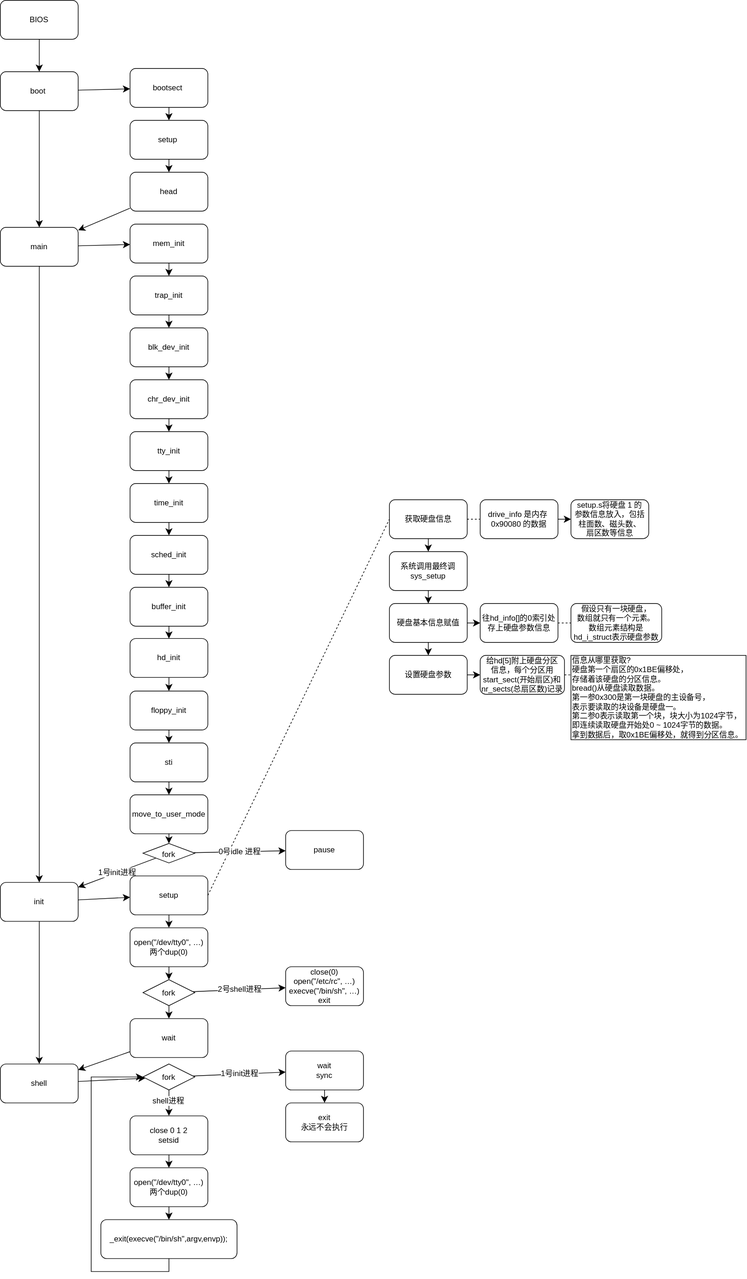
Earlier version of the draw.io export demo.drawio.svg (chenxi829/draw_many_pic). Source tidied: cells renumbered, new cells last; positions are measured from the earlier drawing's top-left corner, leaving out a move shared by most shapes.
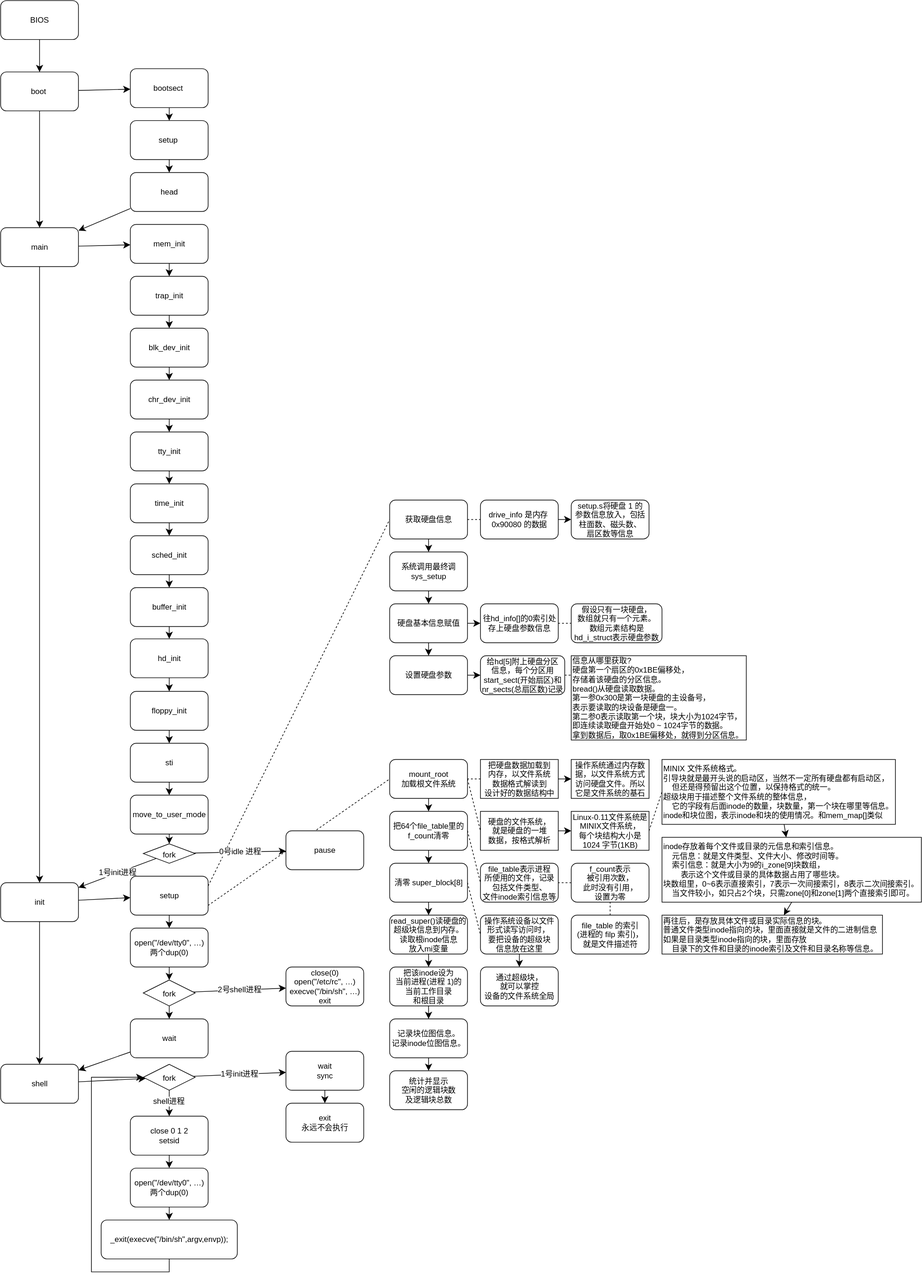
Above is the later version.

Commit message:
完成 mount_root

Change to the diagram source:
```diff
@@ -2,13 +2,19 @@
   <root>
     <mxCell id="0" />
     <mxCell id="1" parent="0" />
+    <mxCell id="94" style="edgeStyle=none;curved=1;rounded=0;jettySize=auto;html=1;fontSize=12;startSize=8;endSize=8;" parent="1" edge="1" source="95" target="123">
+      <mxGeometry relative="1" as="geometry" />
+    </mxCell>
+    <mxCell id="95" value="操作系统设备以文件&lt;div&gt;形式读写访问时，&amp;nbsp;&lt;/div&gt;&lt;div&gt;要把设备的超级块&lt;/div&gt;&lt;div&gt;信息放在这里&lt;/div&gt;" style="whiteSpace=wrap;html=1;rounded=1;" parent="1" vertex="1">
+      <mxGeometry x="740" y="1410" width="120" height="60" as="geometry" />
+    </mxCell>
     <mxCell id="2" style="edgeStyle=none;curved=1;rounded=0;jettySize=auto;html=1;fontSize=12;startSize=8;endSize=8;" parent="1" edge="1" source="3" target="6">
       <mxGeometry relative="1" as="geometry" />
     </mxCell>
     <mxCell id="3" value="获取硬盘信息" style="rounded=1;whiteSpace=wrap;html=1;" parent="1" vertex="1">
       <mxGeometry x="600" y="770" width="120" height="60" as="geometry" />
     </mxCell>
-    <mxCell id="4" style="endArrow=none;dashed=1;html=1;rounded=0;fontSize=12;startSize=8;endSize=8;curved=1;exitX=1;exitY=0.5;exitDx=0;exitDy=0;entryX=0;entryY=0.5;entryDx=0;entryDy=0;" parent="1" edge="1" source="69" target="3">
+    <mxCell id="4" style="endArrow=none;dashed=1;html=1;rounded=0;fontSize=12;startSize=8;endSize=8;curved=1;exitX=1;exitY=0.25;exitDx=0;exitDy=0;entryX=0;entryY=0.5;entryDx=0;entryDy=0;" parent="1" edge="1" source="69" target="3">
       <mxGeometry relative="1" as="geometry" />
     </mxCell>
     <mxCell id="5" style="edgeStyle=none;curved=1;rounded=0;jettySize=auto;html=1;fontSize=12;startSize=8;endSize=8;" parent="1" edge="1" source="6" target="13">
@@ -62,6 +68,114 @@
     <mxCell id="21" style="endArrow=none;dashed=1;html=1;rounded=0;fontSize=12;startSize=8;endSize=8;curved=1;exitX=1;exitY=0.5;exitDx=0;exitDy=0;entryX=0;entryY=0.231;entryDx=0;entryDy=0;entryPerimeter=0;" parent="1" edge="1" source="19" target="20">
       <mxGeometry relative="1" as="geometry" />
     </mxCell>
+    <mxCell id="96" style="edgeStyle=none;curved=1;rounded=0;jettySize=auto;html=1;fontSize=12;startSize=8;endSize=8;" parent="1" edge="1" source="97" target="114">
+      <mxGeometry relative="1" as="geometry" />
+    </mxCell>
+    <mxCell id="97" value="mount_root&lt;div&gt;加载根文件系统&lt;/div&gt;" style="rounded=1;whiteSpace=wrap;html=1;" parent="1" vertex="1">
+      <mxGeometry x="600" y="1170" width="120" height="60" as="geometry" />
+    </mxCell>
+    <mxCell id="98" style="endArrow=none;dashed=1;html=1;rounded=0;fontSize=12;startSize=8;endSize=8;curved=1;exitX=1;exitY=0.75;exitDx=0;exitDy=0;entryX=0;entryY=0.5;entryDx=0;entryDy=0;" parent="1" edge="1" source="69" target="97">
+      <mxGeometry relative="1" as="geometry" />
+    </mxCell>
+    <mxCell id="99" style="edgeStyle=none;curved=1;rounded=0;jettySize=auto;html=1;fontSize=12;startSize=8;endSize=8;" parent="1" edge="1" source="100" target="101">
+      <mxGeometry relative="1" as="geometry" />
+    </mxCell>
+    <mxCell id="100" value="把硬盘数据加载到&lt;div&gt;内存，以文件系统&lt;/div&gt;&lt;div&gt;数据格式解读到&lt;/div&gt;&lt;div&gt;设计好的数据结构中&lt;/div&gt;" style="rounded=0;whiteSpace=wrap;html=1;" parent="1" vertex="1">
+      <mxGeometry x="740" y="1170" width="120" height="60" as="geometry" />
+    </mxCell>
+    <mxCell id="101" value="操作系统通过内存数&lt;div&gt;据，以文件系统方式&lt;/div&gt;&lt;div&gt;访问硬盘文件。所以&lt;/div&gt;&lt;div&gt;它是文件系统的基石&lt;/div&gt;" style="rounded=0;whiteSpace=wrap;html=1;" parent="1" vertex="1">
+      <mxGeometry x="880" y="1170" width="120" height="60" as="geometry" />
+    </mxCell>
+    <mxCell id="102" style="endArrow=none;dashed=1;html=1;rounded=0;fontSize=12;startSize=8;endSize=8;curved=1;entryX=1;entryY=0.5;entryDx=0;entryDy=0;exitX=0;exitY=0.5;exitDx=0;exitDy=0;" parent="1" edge="1" source="100" target="97">
+      <mxGeometry relative="1" as="geometry" />
+    </mxCell>
+    <mxCell id="103" style="edgeStyle=none;curved=1;rounded=0;jettySize=auto;html=1;fontSize=12;startSize=8;endSize=8;" parent="1" edge="1" source="104" target="105">
+      <mxGeometry relative="1" as="geometry" />
+    </mxCell>
+    <mxCell id="104" value="硬盘的文件系统，&lt;div&gt;就是硬盘的一堆&lt;/div&gt;&lt;div&gt;数据，按格式解析&lt;/div&gt;" style="rounded=0;whiteSpace=wrap;html=1;" parent="1" vertex="1">
+      <mxGeometry x="740" y="1250" width="120" height="60" as="geometry" />
+    </mxCell>
+    <mxCell id="105" value="Linux-0.11文件系统是&lt;div&gt;MINIX文件系统，&lt;/div&gt;&lt;div&gt;每个块结构大小是&lt;/div&gt;&lt;div&gt;1024 字节(1KB)&lt;/div&gt;" style="rounded=0;whiteSpace=wrap;html=1;" parent="1" vertex="1">
+      <mxGeometry x="880" y="1250" width="120" height="60" as="geometry" />
+    </mxCell>
+    <mxCell id="106" style="endArrow=none;dashed=1;html=1;rounded=0;fontSize=12;startSize=8;endSize=8;curved=1;exitX=1;exitY=0.5;exitDx=0;exitDy=0;entryX=0;entryY=0.5;entryDx=0;entryDy=0;" parent="1" edge="1" source="97" target="104">
+      <mxGeometry relative="1" as="geometry" />
+    </mxCell>
+    <mxCell id="107" style="edgeStyle=none;curved=1;rounded=0;jettySize=auto;html=1;fontSize=12;startSize=8;endSize=8;exitX=0.5;exitY=1;exitDx=0;exitDy=0;" parent="1" edge="1" source="111" target="110">
+      <mxGeometry relative="1" as="geometry" />
+    </mxCell>
+    <mxCell id="108" style="edgeStyle=none;curved=1;rounded=0;jettySize=auto;html=1;fontSize=12;startSize=8;endSize=8;" parent="1" edge="1" source="109" target="111">
+      <mxGeometry relative="1" as="geometry" />
+    </mxCell>
+    <mxCell id="109" value="MINIX 文件系统格式。&lt;div&gt;&lt;div style=&quot;&quot;&gt;引导块就是最开头说的启动区，当然不一定所有硬盘都有启动区，&lt;/div&gt;&lt;div style=&quot;&quot;&gt;&amp;nbsp; &amp;nbsp; 但还是得预留出这个位置，以保持格式的统一。&lt;/div&gt;&lt;div style=&quot;&quot;&gt;超级块用于描述整个文件系统的整体信息，&lt;/div&gt;&lt;div style=&quot;&quot;&gt;&amp;nbsp; &amp;nbsp; 它的字段有后面inode的数量，块数量，第一个块在哪里等信息。&lt;/div&gt;&lt;div style=&quot;&quot;&gt;inode和块位图，表示inode和块的使用情况。和mem_map[]类似&lt;/div&gt;&lt;/div&gt;" style="whiteSpace=wrap;html=1;rounded=0;align=left;" parent="1" vertex="1">
+      <mxGeometry x="1020" y="1170" width="360" height="100" as="geometry" />
+    </mxCell>
+    <mxCell id="110" value="再往后，是存放具体文件或目录实际信息的块。&lt;div&gt;普通文件类型inode指向的块，里面直接就是文件的二进制信息&lt;div&gt;如果是目录类型inode指向的块，里面存放&lt;/div&gt;&lt;div&gt;&amp;nbsp; &amp;nbsp; 目录下的文件和目录的inode索引及文件和目录名称等信息。&lt;/div&gt;&lt;/div&gt;" style="whiteSpace=wrap;html=1;align=left;rounded=0;" parent="1" vertex="1">
+      <mxGeometry x="1020" y="1410" width="340" height="60" as="geometry" />
+    </mxCell>
+    <mxCell id="111" value="inode存放着每个文件或目录的元信息和索引信息。&lt;br&gt;&lt;div&gt;&lt;div style=&quot;&quot;&gt;&amp;nbsp; &amp;nbsp; 元信息：就是文件类型、文件大小、修改时间等。&lt;/div&gt;&lt;div style=&quot;&quot;&gt;&amp;nbsp; &amp;nbsp; 索引信息：就是大小为9的i_zone[9]块数组，&lt;/div&gt;&lt;div style=&quot;&quot;&gt;&amp;nbsp; &amp;nbsp; &amp;nbsp; &amp;nbsp; 表示这个文件或目录的具体数据占用了哪些块。&lt;/div&gt;&lt;div&gt;块数组里，0~6表示直接索引，7表示一次间接索引，8表示二次间接索引。&lt;/div&gt;&lt;div&gt;&amp;nbsp; &amp;nbsp; 当文件较小，如只占2个块，只需zone[0]和zone[1]两个直接索引即可。&lt;/div&gt;&lt;/div&gt;" style="whiteSpace=wrap;html=1;rounded=0;align=left;" parent="1" vertex="1">
+      <mxGeometry x="1020" y="1290" width="400" height="100" as="geometry" />
+    </mxCell>
+    <mxCell id="112" style="endArrow=none;dashed=1;html=1;rounded=0;fontSize=12;startSize=8;endSize=8;curved=1;exitX=1;exitY=0.5;exitDx=0;exitDy=0;entryX=0;entryY=0.5;entryDx=0;entryDy=0;" parent="1" edge="1" source="105" target="109">
+      <mxGeometry relative="1" as="geometry" />
+    </mxCell>
+    <mxCell id="113" style="edgeStyle=none;curved=1;rounded=0;jettySize=auto;html=1;fontSize=12;startSize=8;endSize=8;" parent="1" edge="1" source="114" target="122">
+      <mxGeometry relative="1" as="geometry" />
+    </mxCell>
+    <mxCell id="114" value="&lt;div&gt;把64个file_table里的&lt;/div&gt;&lt;div&gt;f_count清零&lt;/div&gt;" style="whiteSpace=wrap;html=1;rounded=1;" parent="1" vertex="1">
+      <mxGeometry x="600" y="1250" width="120" height="60" as="geometry" />
+    </mxCell>
+    <mxCell id="115" value="&lt;div&gt;file_table表示进程&lt;/div&gt;&lt;div&gt;所使用的文件，记录&lt;/div&gt;&lt;div&gt;包括文件类型、&lt;/div&gt;&lt;div&gt;文件inode索引信息等&lt;/div&gt;" style="whiteSpace=wrap;html=1;rounded=1;" parent="1" vertex="1">
+      <mxGeometry x="740" y="1330" width="120" height="60" as="geometry" />
+    </mxCell>
+    <mxCell id="116" value="&lt;div&gt;file_table 的索引&lt;/div&gt;&lt;div&gt;(进程的 filp 索引)，&lt;/div&gt;&lt;div&gt;就是文件描述符&lt;br&gt;&lt;/div&gt;" style="whiteSpace=wrap;html=1;rounded=1;" parent="1" vertex="1">
+      <mxGeometry x="880" y="1410" width="120" height="60" as="geometry" />
+    </mxCell>
+    <mxCell id="117" value="&lt;div&gt;f_count表示&lt;/div&gt;&lt;div&gt;被引用次数，&lt;/div&gt;&lt;div&gt;此时没有引用，&lt;/div&gt;&lt;div&gt;设置为零&lt;/div&gt;" style="whiteSpace=wrap;html=1;rounded=1;" parent="1" vertex="1">
+      <mxGeometry x="880" y="1330" width="120" height="60" as="geometry" />
+    </mxCell>
+    <mxCell id="118" style="endArrow=none;dashed=1;html=1;rounded=0;fontSize=12;startSize=8;endSize=8;curved=1;exitX=1;exitY=0.5;exitDx=0;exitDy=0;entryX=0;entryY=0.5;entryDx=0;entryDy=0;" parent="1" edge="1" source="114" target="115">
+      <mxGeometry relative="1" as="geometry" />
+    </mxCell>
+    <mxCell id="119" style="endArrow=none;dashed=1;html=1;rounded=0;fontSize=12;startSize=8;endSize=8;curved=1;entryX=1;entryY=0.5;entryDx=0;entryDy=0;exitX=0;exitY=0.5;exitDx=0;exitDy=0;" parent="1" edge="1" source="117" target="115">
+      <mxGeometry relative="1" as="geometry" />
+    </mxCell>
+    <mxCell id="120" style="endArrow=none;dashed=1;html=1;rounded=0;fontSize=12;startSize=8;endSize=8;curved=1;entryX=0.5;entryY=1;entryDx=0;entryDy=0;exitX=0.5;exitY=0;exitDx=0;exitDy=0;" parent="1" edge="1" source="116" target="117">
+      <mxGeometry relative="1" as="geometry" />
+    </mxCell>
+    <mxCell id="121" style="edgeStyle=none;curved=1;rounded=0;jettySize=auto;html=1;fontSize=12;startSize=8;endSize=8;" parent="1" edge="1" source="122" target="126">
+      <mxGeometry relative="1" as="geometry" />
+    </mxCell>
+    <mxCell id="122" value="清零 super_block[8]" style="whiteSpace=wrap;html=1;rounded=1;" parent="1" vertex="1">
+      <mxGeometry x="600" y="1330" width="120" height="60" as="geometry" />
+    </mxCell>
+    <mxCell id="123" value="通过超级块，&lt;div&gt;就可以掌控&lt;/div&gt;&lt;div&gt;设备的文件系统全局&lt;/div&gt;" style="whiteSpace=wrap;html=1;rounded=1;" parent="1" vertex="1">
+      <mxGeometry x="740" y="1490" width="120" height="60" as="geometry" />
+    </mxCell>
+    <mxCell id="124" style="endArrow=none;dashed=1;html=1;rounded=0;fontSize=12;startSize=8;endSize=8;curved=1;exitX=1;exitY=0.5;exitDx=0;exitDy=0;entryX=0;entryY=0.5;entryDx=0;entryDy=0;" parent="1" edge="1" source="122" target="95">
+      <mxGeometry relative="1" as="geometry" />
+    </mxCell>
+    <mxCell id="125" style="edgeStyle=none;curved=1;rounded=0;jettySize=auto;html=1;fontSize=12;startSize=8;endSize=8;" parent="1" edge="1" source="126" target="128">
+      <mxGeometry relative="1" as="geometry" />
+    </mxCell>
+    <mxCell id="126" value="read_super()读硬盘的&lt;div&gt;超级块信息到内存。&lt;/div&gt;&lt;div&gt;读取根inode信息&lt;/div&gt;&lt;div&gt;放入mi变量&lt;/div&gt;" style="whiteSpace=wrap;html=1;rounded=1;" parent="1" vertex="1">
+      <mxGeometry x="600" y="1410" width="120" height="60" as="geometry" />
+    </mxCell>
+    <mxCell id="127" style="edgeStyle=none;curved=1;rounded=0;jettySize=auto;html=1;fontSize=12;startSize=8;endSize=8;" parent="1" edge="1" source="128" target="130">
+      <mxGeometry relative="1" as="geometry" />
+    </mxCell>
+    <mxCell id="128" value="把该inode设为&lt;div&gt;当前进程(进程 1)的&lt;div&gt;当前工作目录&lt;/div&gt;&lt;div&gt;和根目录&lt;/div&gt;&lt;/div&gt;" style="whiteSpace=wrap;html=1;rounded=1;" parent="1" vertex="1">
+      <mxGeometry x="600" y="1490" width="120" height="60" as="geometry" />
+    </mxCell>
+    <mxCell id="129" style="edgeStyle=none;curved=1;rounded=0;jettySize=auto;html=1;fontSize=12;startSize=8;endSize=8;" parent="1" edge="1" source="130" target="131">
+      <mxGeometry relative="1" as="geometry" />
+    </mxCell>
+    <mxCell id="130" value="记录块位图信息。&lt;div&gt;记录inode位图信息。&lt;/div&gt;" style="whiteSpace=wrap;html=1;rounded=1;" parent="1" vertex="1">
+      <mxGeometry x="600" y="1570" width="120" height="60" as="geometry" />
+    </mxCell>
+    <mxCell id="131" value="统计并显示&lt;div&gt;空闲的逻辑块数&lt;/div&gt;&lt;div&gt;及逻辑块总数&lt;/div&gt;" style="whiteSpace=wrap;html=1;rounded=1;" parent="1" vertex="1">
+      <mxGeometry x="600" y="1650" width="120" height="60" as="geometry" />
+    </mxCell>
     <mxCell id="22" parent="0" />
     <mxCell id="23" value="总流程" parent="0" />
     <mxCell id="24" value="BIOS" style="rounded=1;whiteSpace=wrap;html=1;" parent="23" vertex="1">
```
